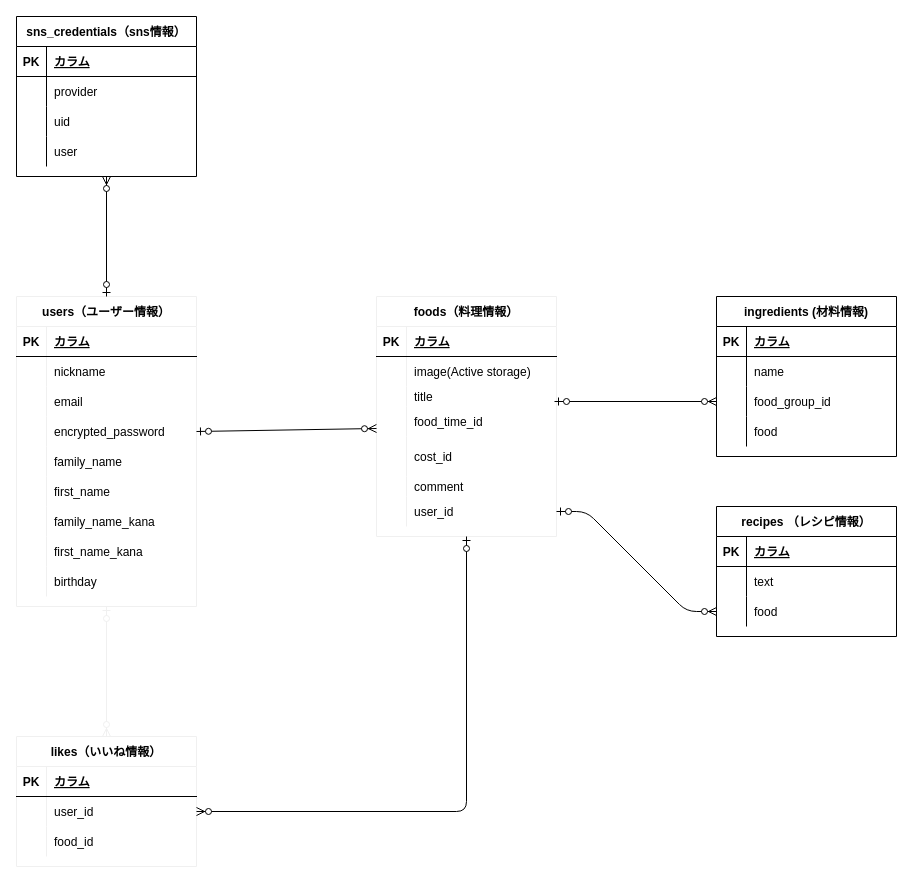
matsunaga1994/nutrik keeps this draw.io diagram as nutrik.dio. Above is the earlier version. Source tidied: cells renumbered, new cells numbered last; positions are measured from the earlier drawing's top-left corner, leaving out a move shared by most shapes. Both pictures are drawn from the tidied source at 100%, with x=0, y=0 at pixel (16, 16).
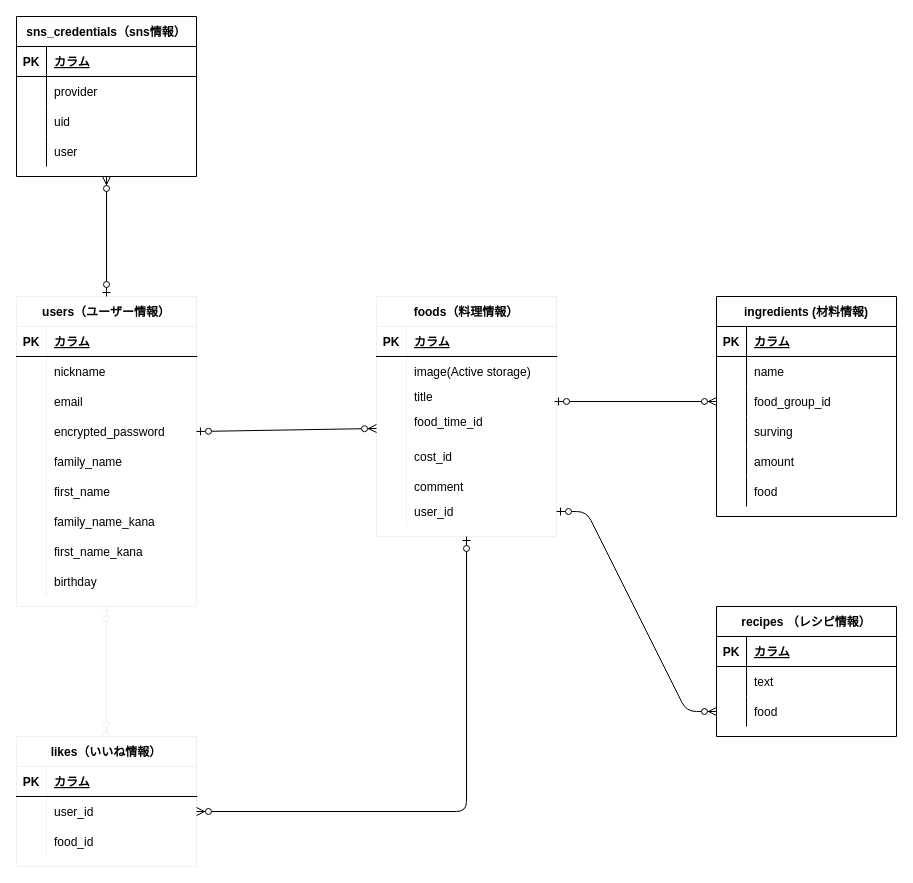
After the change.

Commit message (it also covers changes not shown here):
ER図、READMEの修正

The change refers to these unchanged cells:
```xml
<mxCell id="74" style="shape=partialRectangle;fillColor=none;top=0;left=0;bottom=0;right=0;" parent="64" vertex="1">
  <mxGeometry y="120" width="180" height="30" as="geometry" />
</mxCell>
```

Change to the diagram source:
```diff
@@
     <mxCell id="64" value="ingredients (材料情報)" style="shape=table;startSize=30;childLayout=tableLayout;rowLines=0;fontStyle=1;align=center;" parent="1" vertex="1">
-      <mxGeometry x="700" y="280" width="180" height="160" as="geometry" />
+      <mxGeometry x="700" y="280" width="180" height="220" as="geometry" />
     </mxCell>
@@
-    <mxCell id="76" value="food" style="shape=partialRectangle;fillColor=none;top=0;left=0;bottom=0;right=0;align=left;spacingLeft=6;overflow=hidden;" parent="74" vertex="1">
+    <mxCell id="76" value="surving" style="shape=partialRectangle;fillColor=none;top=0;left=0;bottom=0;right=0;align=left;spacingLeft=6;overflow=hidden;" parent="74" vertex="1">
       <mxGeometry x="30" width="150" height="30" as="geometry" />
     </mxCell>
+    <mxCell id="104" style="shape=partialRectangle;fillColor=none;top=0;left=0;bottom=0;right=0;" parent="64" vertex="1">
+      <mxGeometry y="150" width="180" height="30" as="geometry" />
+    </mxCell>
+    <mxCell id="105" style="shape=partialRectangle;fillColor=none;top=0;left=0;bottom=0;right=0;overflow=hidden;" parent="104" vertex="1">
+      <mxGeometry width="30" height="30" as="geometry" />
+    </mxCell>
+    <mxCell id="106" value="amount" style="shape=partialRectangle;fillColor=none;top=0;left=0;bottom=0;right=0;align=left;spacingLeft=6;overflow=hidden;" parent="104" vertex="1">
+      <mxGeometry x="30" width="150" height="30" as="geometry" />
+    </mxCell>
+    <mxCell id="107" style="shape=partialRectangle;fillColor=none;top=0;left=0;bottom=0;right=0;" parent="64" vertex="1">
+      <mxGeometry y="180" width="180" height="30" as="geometry" />
+    </mxCell>
+    <mxCell id="108" style="shape=partialRectangle;fillColor=none;top=0;left=0;bottom=0;right=0;overflow=hidden;" parent="107" vertex="1">
+      <mxGeometry width="30" height="30" as="geometry" />
+    </mxCell>
+    <mxCell id="109" value="food" style="shape=partialRectangle;fillColor=none;top=0;left=0;bottom=0;right=0;align=left;spacingLeft=6;overflow=hidden;" parent="107" vertex="1">
+      <mxGeometry x="30" width="150" height="30" as="geometry" />
+    </mxCell>
     <mxCell id="77" value="recipes （レシピ情報）" style="shape=table;startSize=30;childLayout=tableLayout;rowLines=0;fontStyle=1;align=center;" parent="1" vertex="1">
-      <mxGeometry x="700" y="490" width="180" height="130" as="geometry" />
+      <mxGeometry x="700" y="590" width="180" height="130" as="geometry" />
     </mxCell>
```
